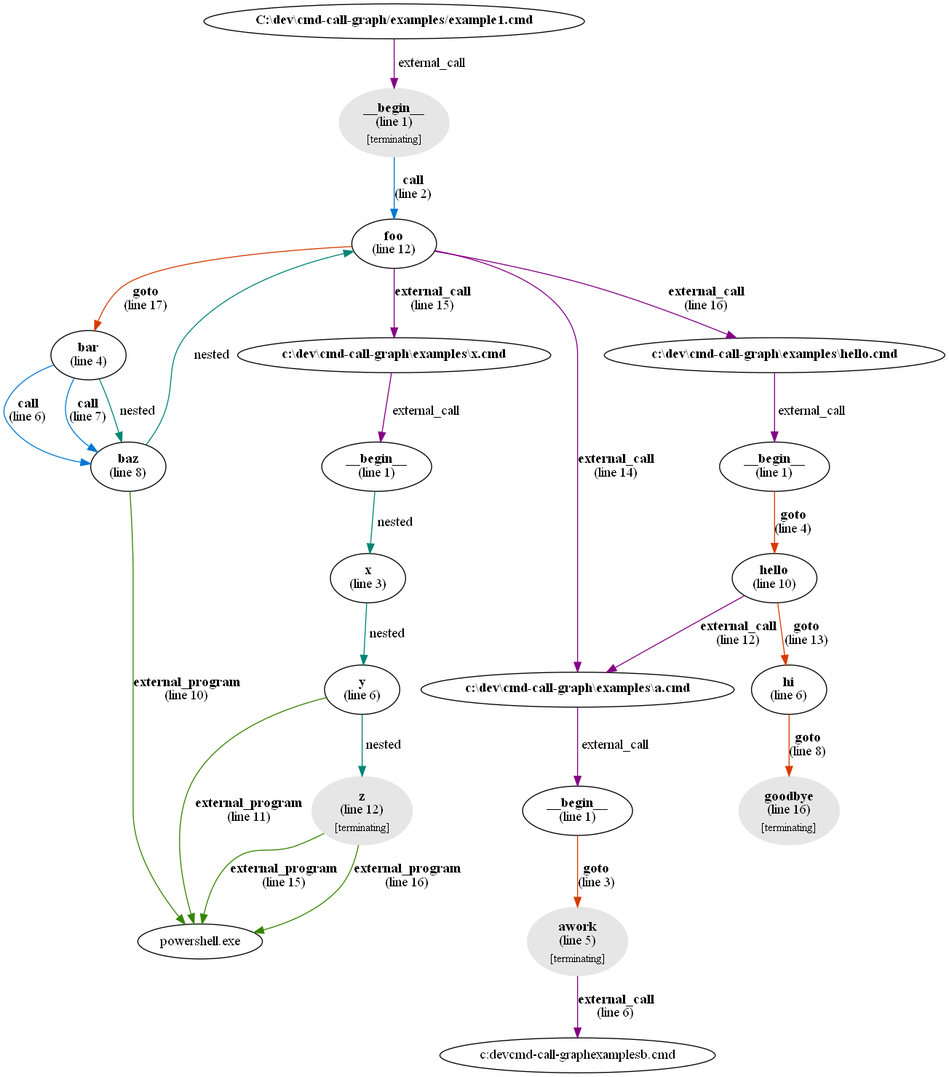
microsoft/cmd-call-graph keeps this Graphviz diagram as examples/example1.png. Above is the earlier version. Its source is kept beside it as examples/example1.dot.
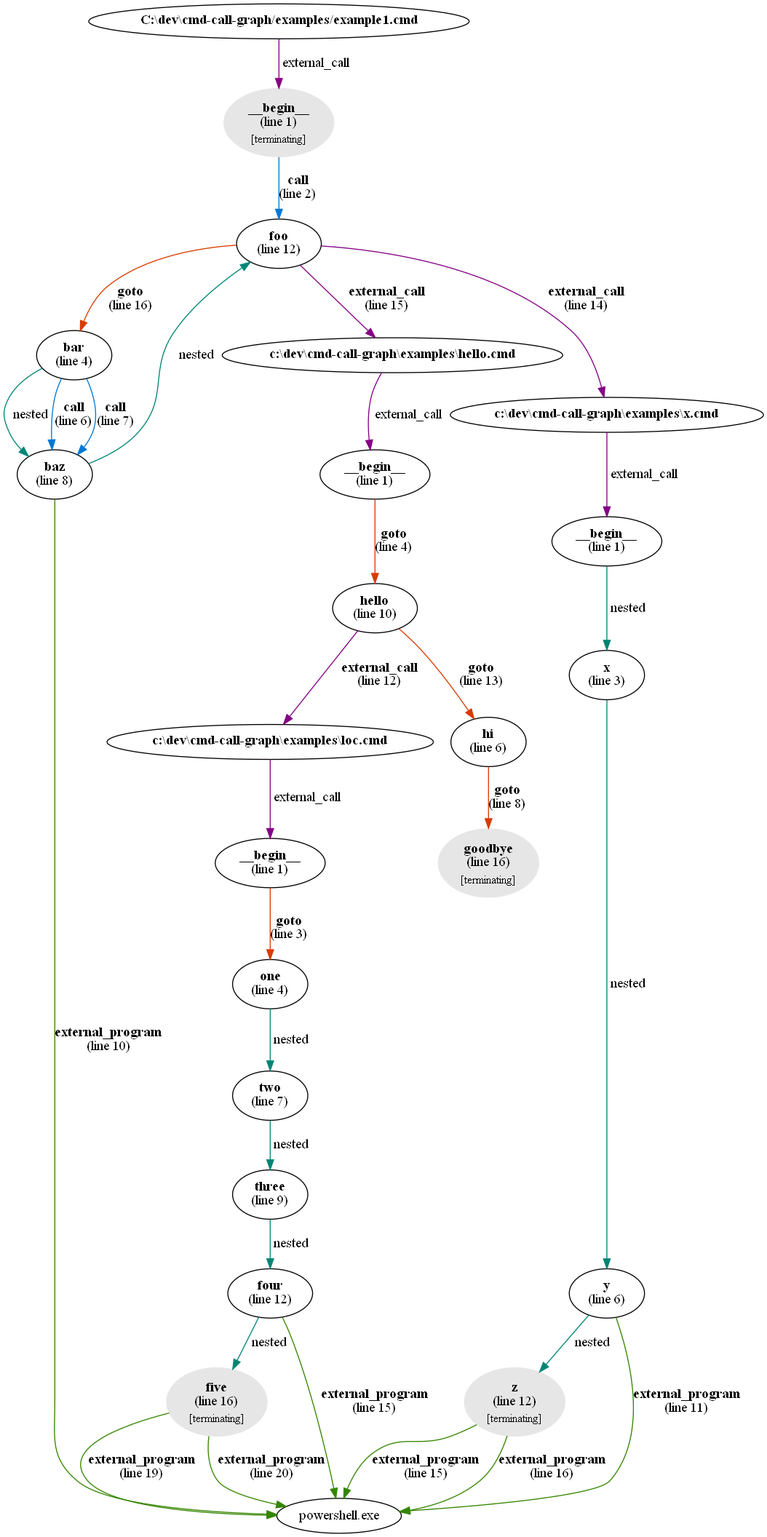
Above is the later version.

Commit message:
Corrected render to now recursively check for nested dictionaries to build the entire graph

Diff of the diagram source:
```diff
@@ -1,8 +1,8 @@
 digraph g {
 "C:\dev\cmd-call-graph/examples/example1.cmd" [label=<<b>C:\dev\cmd-call-graph/examples/example1.cmd</b>>]
-"C:\dev\cmd-call-graph/examples/example1.cmd" -> "__begin__C:\dev\cmd-call-graph/examples/example1.cmd" [label=" external_call",color="#850085"]
-"__begin__C:\dev\cmd-call-graph/examples/example1.cmd" [color="#e6e6e6",style=filled,label=<<b>__begin__</b><br/>(line 1)<br/><sub>[terminating]</sub>>]
-"__begin__C:\dev\cmd-call-graph/examples/example1.cmd" -> "foo" [label=<<b>call</b><br />(line 2)>,color="#0078d4"]
+"C:\dev\cmd-call-graph/examples/example1.cmd" -> "__begin__c:\dev\cmd-call-graph/examples/example1.cmd" [label=" external_call",color="#850085"]
+"__begin__c:\dev\cmd-call-graph/examples/example1.cmd" [color="#e6e6e6",style=filled,label=<<b>__begin__</b><br/>(line 1)<br/><sub>[terminating]</sub>>]
+"__begin__c:\dev\cmd-call-graph/examples/example1.cmd" -> "foo" [label=<<b>call</b><br />(line 2)>,color="#0078d4"]
 "bar" [label=<<b>bar</b><br/>(line 4)>]
 "bar" -> "baz" [label=<<b>call</b><br />(line 6)>,color="#0078d4"]
 "bar" -> "baz" [label=<<b>call</b><br />(line 7)>,color="#0078d4"]
@@ -11,16 +11,9 @@
 "baz" -> "foo" [label=" nested",color="#008575"]
 "baz" -> "powershell.exe" [label=<<b>external_program</b><br />(line 10)>,color="#358500"]
 "foo" [label=<<b>foo</b><br/>(line 12)>]
-"foo" -> "bar" [label=<<b>goto</b><br />(line 17)>,color="#d83b01"]
-"foo" -> "c:\dev\cmd-call-graph\examples\a.cmd" [label=<<b>external_call</b><br />(line 14)>,color="#850085"]
-"foo" -> "c:\dev\cmd-call-graph\examples\hello.cmd" [label=<<b>external_call</b><br />(line 16)>,color="#850085"]
-"foo" -> "c:\dev\cmd-call-graph\examples\x.cmd" [label=<<b>external_call</b><br />(line 15)>,color="#850085"]
-"__begin__c:\dev\cmd-call-graph\examples\a.cmd" [label=<<b>__begin__</b><br/>(line 1)>]
-"__begin__c:\dev\cmd-call-graph\examples\a.cmd" -> "awork" [label=<<b>goto</b><br />(line 3)>,color="#d83b01"]
-"awork" [color="#e6e6e6",style=filled,label=<<b>awork</b><br/>(line 5)<br/><sub>[terminating]</sub>>]
-"awork" -> "c:\dev\cmd-call-graph\examples\b.cmd" [label=<<b>external_call</b><br />(line 6)>,color="#850085"]
-"c:\dev\cmd-call-graph\examples\a.cmd" [label=<<b>c:\dev\cmd-call-graph\examples\a.cmd</b>>]
-"c:\dev\cmd-call-graph\examples\a.cmd" -> "__begin__c:\dev\cmd-call-graph\examples\a.cmd" [label=" external_call",color="#850085"]
+"foo" -> "bar" [label=<<b>goto</b><br />(line 16)>,color="#d83b01"]
+"foo" -> "c:\dev\cmd-call-graph\examples\hello.cmd" [label=<<b>external_call</b><br />(line 15)>,color="#850085"]
+"foo" -> "c:\dev\cmd-call-graph\examples\x.cmd" [label=<<b>external_call</b><br />(line 14)>,color="#850085"]
 "__begin__c:\dev\cmd-call-graph\examples\x.cmd" [label=<<b>__begin__</b><br/>(line 1)>]
 "__begin__c:\dev\cmd-call-graph\examples\x.cmd" -> "x" [label=" nested",color="#008575"]
 "c:\dev\cmd-call-graph\examples\x.cmd" [label=<<b>c:\dev\cmd-call-graph\examples\x.cmd</b>>]
@@ -39,8 +32,24 @@
 "c:\dev\cmd-call-graph\examples\hello.cmd" -> "__begin__c:\dev\cmd-call-graph\examples\hello.cmd" [label=" external_call",color="#850085"]
 "goodbye" [color="#e6e6e6",style=filled,label=<<b>goodbye</b><br/>(line 16)<br/><sub>[terminating]</sub>>]
 "hello" [label=<<b>hello</b><br/>(line 10)>]
-"hello" -> "c:\dev\cmd-call-graph\examples\a.cmd" [label=<<b>external_call</b><br />(line 12)>,color="#850085"]
+"hello" -> "c:\dev\cmd-call-graph\examples\loc.cmd" [label=<<b>external_call</b><br />(line 12)>,color="#850085"]
 "hello" -> "hi" [label=<<b>goto</b><br />(line 13)>,color="#d83b01"]
 "hi" [label=<<b>hi</b><br/>(line 6)>]
 "hi" -> "goodbye" [label=<<b>goto</b><br />(line 8)>,color="#d83b01"]
+"__begin__c:\dev\cmd-call-graph\examples\loc.cmd" [label=<<b>__begin__</b><br/>(line 1)>]
+"__begin__c:\dev\cmd-call-graph\examples\loc.cmd" -> "one" [label=<<b>goto</b><br />(line 3)>,color="#d83b01"]
+"c:\dev\cmd-call-graph\examples\loc.cmd" [label=<<b>c:\dev\cmd-call-graph\examples\loc.cmd</b>>]
+"c:\dev\cmd-call-graph\examples\loc.cmd" -> "__begin__c:\dev\cmd-call-graph\examples\loc.cmd" [label=" external_call",color="#850085"]
+"five" [color="#e6e6e6",style=filled,label=<<b>five</b><br/>(line 16)<br/><sub>[terminating]</sub>>]
+"five" -> "powershell.exe" [label=<<b>external_program</b><br />(line 19)>,color="#358500"]
+"five" -> "powershell.exe" [label=<<b>external_program</b><br />(line 20)>,color="#358500"]
+"four" [label=<<b>four</b><br/>(line 12)>]
+"four" -> "five" [label=" nested",color="#008575"]
+"four" -> "powershell.exe" [label=<<b>external_program</b><br />(line 15)>,color="#358500"]
+"one" [label=<<b>one</b><br/>(line 4)>]
+"one" -> "two" [label=" nested",color="#008575"]
+"three" [label=<<b>three</b><br/>(line 9)>]
+"three" -> "four" [label=" nested",color="#008575"]
+"two" [label=<<b>two</b><br/>(line 7)>]
+"two" -> "three" [label=" nested",color="#008575"]
 }
```
